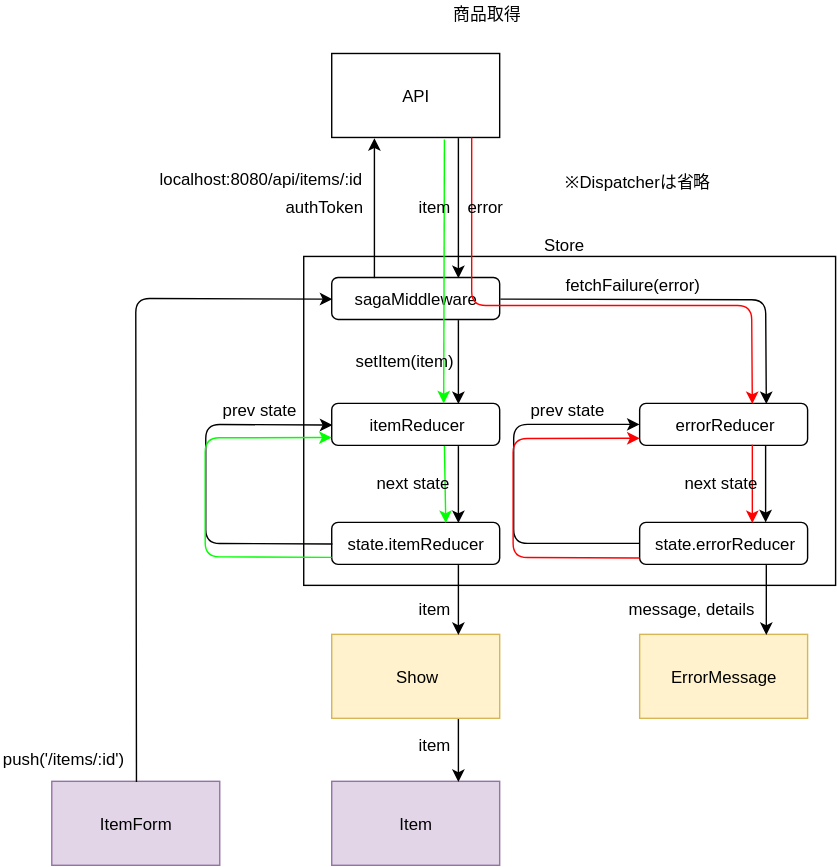
Earlier version of the draw.io export diagram/dataFlow/show.svg (emgniddikur/react-app). Source tidied: cells renumbered, new cells last; positions are measured from the earlier drawing's top-left corner, leaving out a move shared by most shapes.
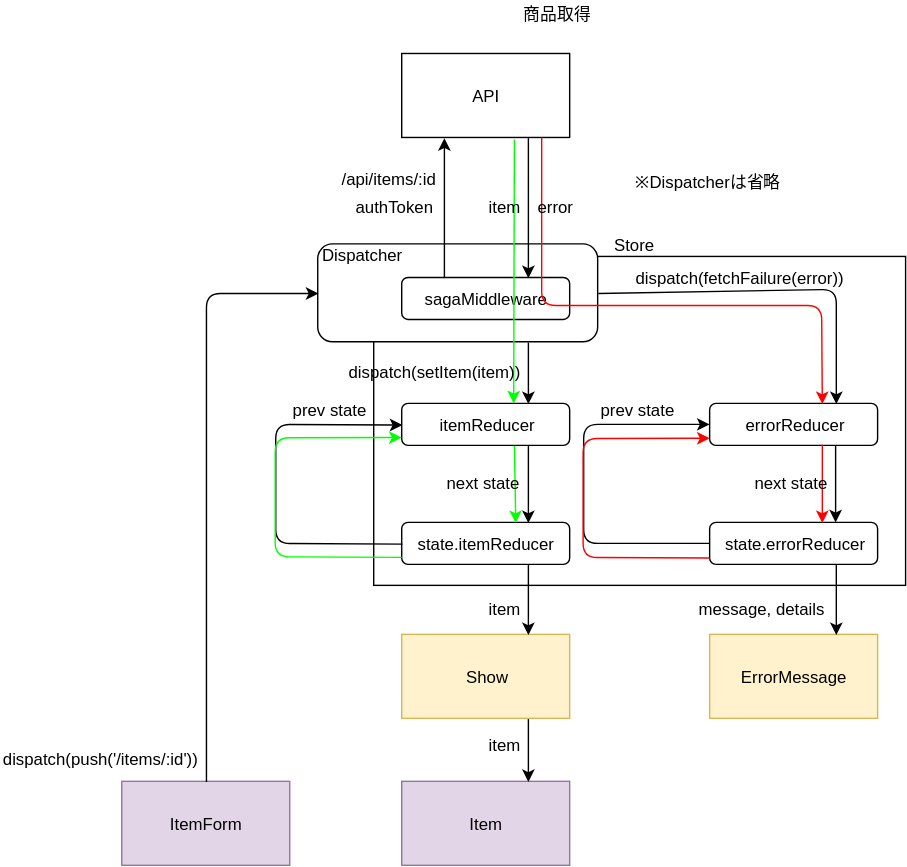
After the change.

Diff of the diagram source:
```diff
@@ -5,6 +5,9 @@
     <mxCell id="2" style="rounded=0;whiteSpace=wrap;html=1;" parent="1" vertex="1">
       <mxGeometry x="216.5" y="182.5" width="380" height="235" as="geometry" />
     </mxCell>
+    <mxCell id="48" value="Dispatcher&amp;nbsp; &amp;nbsp; &amp;nbsp; &amp;nbsp; &amp;nbsp; &amp;nbsp; &amp;nbsp; &amp;nbsp; &amp;nbsp; &amp;nbsp; &amp;nbsp; &amp;nbsp; &amp;nbsp; &amp;nbsp; &amp;nbsp; &amp;nbsp; &amp;nbsp; &amp;nbsp; &amp;nbsp; &amp;nbsp; &amp;nbsp; &amp;nbsp; &amp;nbsp; &amp;nbsp;&lt;br&gt;&lt;br&gt;&lt;br&gt;&lt;br&gt;" style="rounded=1;whiteSpace=wrap;html=1;" parent="1" vertex="1">
+      <mxGeometry x="176.5" y="173.5" width="200" height="70" as="geometry" />
+    </mxCell>
     <mxCell id="3" value="API&lt;br&gt;" style="rounded=0;whiteSpace=wrap;html=1;" parent="1" vertex="1">
       <mxGeometry x="236.5" y="37.5" width="120" height="60" as="geometry" />
     </mxCell>
@@ -20,22 +23,22 @@
     <mxCell id="7" value="itemReducer" style="rounded=1;whiteSpace=wrap;html=1;" parent="1" vertex="1">
       <mxGeometry x="236.5" y="287.5" width="120" height="30" as="geometry" />
     </mxCell>
-    <mxCell id="8" style="endArrow=classic;html=1;entryX=0.75;entryY=0;entryDx=0;entryDy=0;exitX=0.75;exitY=1;exitDx=0;exitDy=0;" parent="1" edge="1" source="4" target="7">
+    <mxCell id="8" style="endArrow=classic;html=1;entryX=0.75;entryY=0;entryDx=0;entryDy=0;exitX=0.75;exitY=1;exitDx=0;exitDy=0;" parent="1" edge="1" source="48" target="7">
       <mxGeometry relative="1" as="geometry" />
     </mxCell>
     <mxCell id="9" value="authToken" style="text;html=1;align=left;verticalAlign=top;spacingTop=-4;" parent="1" vertex="1">
       <mxGeometry x="201.5" y="137.5" width="70" height="20" as="geometry" />
     </mxCell>
-    <mxCell id="10" value="localhost:8080/api/items/:id" style="text;html=1;align=left;verticalAlign=top;spacingTop=-4;" parent="1" vertex="1">
-      <mxGeometry x="111.5" y="117.5" width="160" height="20" as="geometry" />
+    <mxCell id="10" value="/api/items/:id" style="text;html=1;align=left;verticalAlign=top;spacingTop=-4;" parent="1" vertex="1">
+      <mxGeometry x="191.5" y="117.5" width="80" height="20" as="geometry" />
     </mxCell>
     <mxCell id="11" value="errorReducer&lt;br&gt;" style="rounded=1;whiteSpace=wrap;html=1;" parent="1" vertex="1">
       <mxGeometry x="456.5" y="287.5" width="120" height="30" as="geometry" />
     </mxCell>
-    <mxCell id="12" style="endArrow=classic;html=1;entryX=0.75;entryY=0;entryDx=0;entryDy=0;exitX=1;exitY=0.5;exitDx=0;exitDy=0;" parent="1" edge="1" source="4" target="11">
+    <mxCell id="12" style="endArrow=classic;html=1;entryX=0.75;entryY=0;entryDx=0;entryDy=0;exitX=1;exitY=0.5;exitDx=0;exitDy=0;" parent="1" edge="1" source="48" target="11">
       <mxGeometry relative="1" as="geometry">
         <Array as="points">
-          <mxPoint x="546.5" y="213.5" />
+          <mxPoint x="547" y="206" />
         </Array>
       </mxGeometry>
     </mxCell>
@@ -80,8 +83,8 @@
     <mxCell id="20" value="prev state" style="text;html=1;align=left;verticalAlign=top;spacingTop=-4;" parent="1" vertex="1">
       <mxGeometry x="376.5" y="282.5" width="70" height="20" as="geometry" />
     </mxCell>
-    <mxCell id="21" value="fetchFailure(error)" style="text;html=1;align=left;verticalAlign=top;spacingTop=-4;" parent="1" vertex="1">
-      <mxGeometry x="401.5" y="193.5" width="110" height="20" as="geometry" />
+    <mxCell id="21" value="dispatch(fetchFailure(error))" style="text;html=1;align=left;verticalAlign=top;spacingTop=-4;" parent="1" vertex="1">
+      <mxGeometry x="401.5" y="188.5" width="160" height="20" as="geometry" />
     </mxCell>
     <mxCell id="22" value="Show" style="rounded=0;whiteSpace=wrap;html=1;fillColor=#fff2cc;strokeColor=#d6b656;" parent="1" vertex="1">
       <mxGeometry x="236.5" y="452.5" width="120" height="60" as="geometry" />
@@ -113,15 +116,15 @@
     <mxCell id="31" value="item" style="text;html=1;align=left;verticalAlign=top;spacingTop=-4;" parent="1" vertex="1">
       <mxGeometry x="296.5" y="521.5" width="40" height="20" as="geometry" />
     </mxCell>
-    <mxCell id="32" style="endArrow=classic;html=1;entryX=0;entryY=0.5;entryDx=0;entryDy=0;exitX=0.5;exitY=0;exitDx=0;exitDy=0;" parent="1" edge="1" source="24" target="4">
+    <mxCell id="32" style="endArrow=classic;html=1;exitX=0.5;exitY=0;exitDx=0;exitDy=0;entryX=0;entryY=0.5;entryDx=0;entryDy=0;" parent="1" edge="1" source="24" target="48">
       <mxGeometry relative="1" as="geometry">
         <Array as="points">
-          <mxPoint x="96.5" y="212.5" />
+          <mxPoint x="97" y="209" />
         </Array>
       </mxGeometry>
     </mxCell>
-    <mxCell id="33" value="push('/items/:id')" style="text;html=1;align=left;verticalAlign=top;spacingTop=-4;" parent="1" vertex="1">
-      <mxGeometry y="531.5" width="100" height="20" as="geometry" />
+    <mxCell id="33" value="dispatch(push('/items/:id'))" style="text;html=1;align=left;verticalAlign=top;spacingTop=-4;" parent="1" vertex="1">
+      <mxGeometry x="-50" y="531.5" width="150" height="20" as="geometry" />
     </mxCell>
     <mxCell id="34" style="endArrow=classic;html=1;strokeColor=#FF0000;entryX=0.667;entryY=0.013;entryDx=0;entryDy=0;entryPerimeter=0;" parent="1" edge="1" target="11">
       <mxGeometry relative="1" as="geometry">
@@ -160,8 +163,8 @@
     <mxCell id="40" value="error" style="text;html=1;align=left;verticalAlign=top;spacingTop=-4;" parent="1" vertex="1">
       <mxGeometry x="331.5" y="137.5" width="40" height="20" as="geometry" />
     </mxCell>
-    <mxCell id="41" value="setItem(item)" style="text;html=1;align=left;verticalAlign=top;spacingTop=-4;" parent="1" vertex="1">
-      <mxGeometry x="251.5" y="247.5" width="90" height="20" as="geometry" />
+    <mxCell id="41" value="dispatch(setItem(item))" style="text;html=1;align=left;verticalAlign=top;spacingTop=-4;" parent="1" vertex="1">
+      <mxGeometry x="196.5" y="256" width="140" height="20" as="geometry" />
     </mxCell>
     <mxCell id="42" value="next state" style="text;html=1;align=left;verticalAlign=top;spacingTop=-4;" parent="1" vertex="1">
       <mxGeometry x="486.5" y="335" width="70" height="20" as="geometry" />
```
